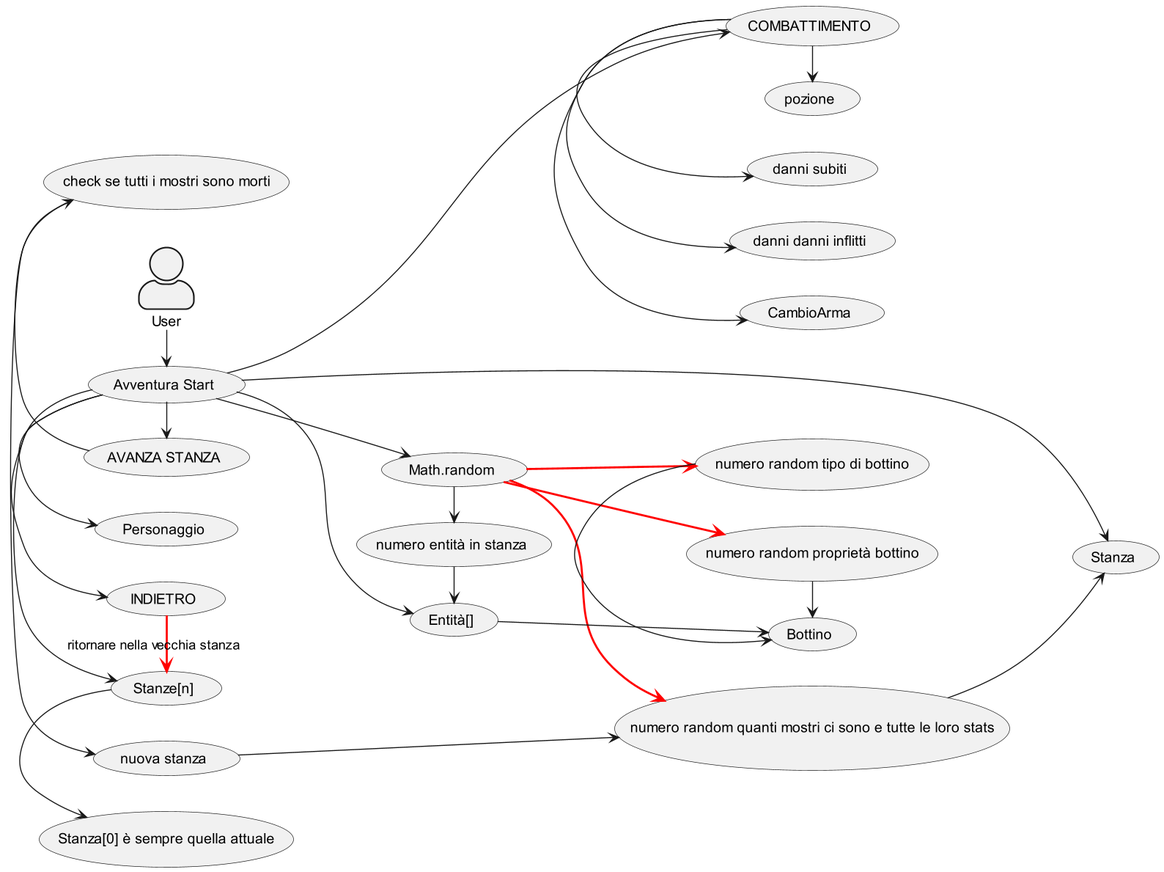
The PlantUML diagram immagini/LogicaAvventura.png in Maximus19777/Gioco, before a commit.
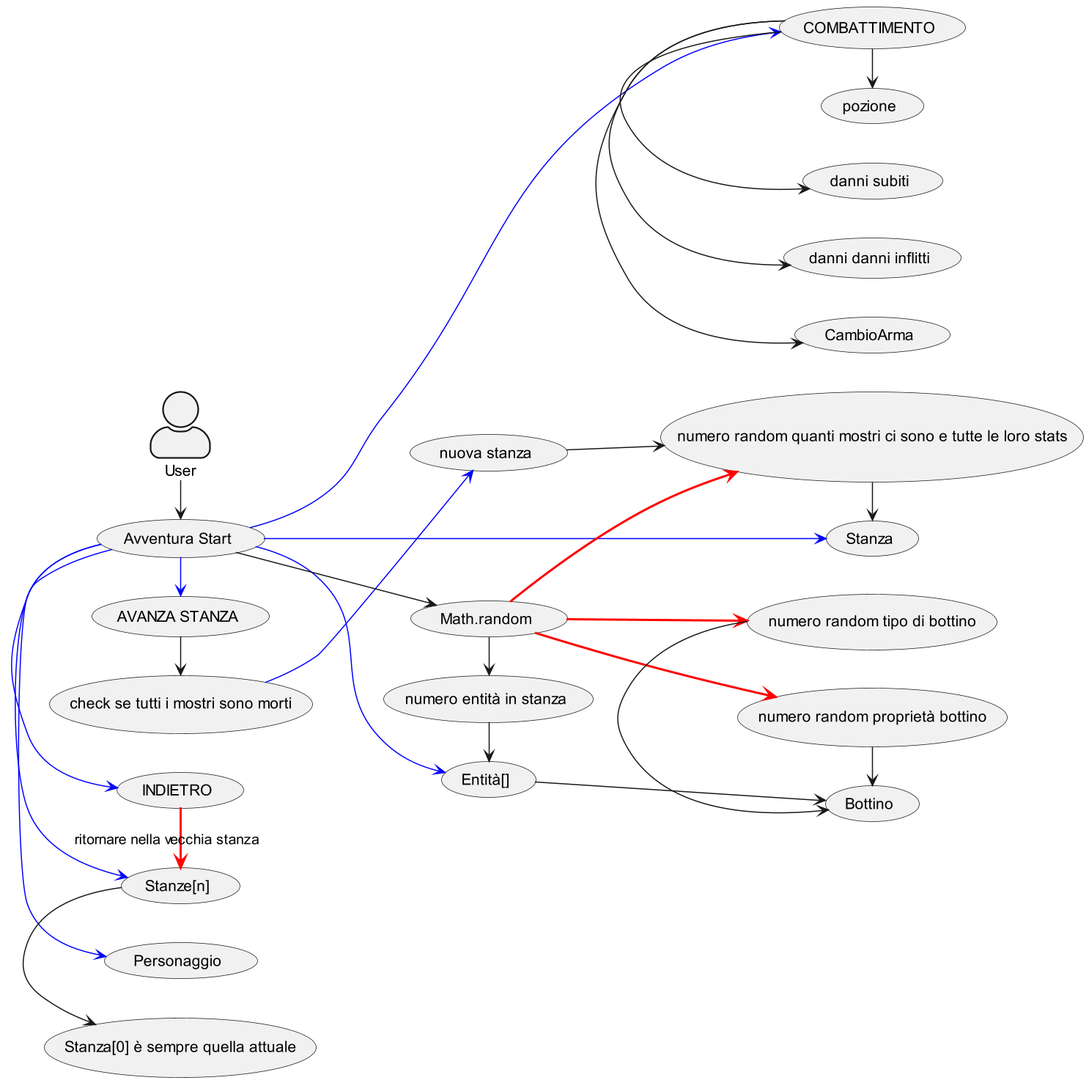
After the change.

Commit message:
Updated image (rami mancanti o non distinguibili)

What changed in the source:
```diff
@@ -7,24 +7,24 @@
 skinparam actorStyle awesome
 actor User as User
 User -> (Avventura Start)
-(Avventura Start) -> (Stanze[n])
-(Avventura Start) -> (Stanza)
-(Avventura Start) -> (Personaggio)
-(Avventura Start) -> (Entità[])
-(Avventura Start) ---> (COMBATTIMENTO)
-(Avventura Start) -> (AVANZA STANZA)
-(Avventura Start) -> (INDIETRO)
+(Avventura Start) -> (Stanze[n])#line:blue
+(Avventura Start) -> (Stanza)#line:blue
+(Avventura Start) -> (Personaggio)#line:blue
+(Avventura Start) -> (Entità[])#line:blue
+(Avventura Start) ---> (COMBATTIMENTO)#line:blue
+(Avventura Start) -> (AVANZA STANZA)#line:blue
+(Avventura Start) -> (INDIETRO)#line:blue
 (INDIETRO) -> (Stanze[n])  #line:red;line.bold;text:black :ritornare nella vecchia stanza
 (Stanze[n]) -> (Stanza[0] è sempre quella attuale)
 (AVANZA STANZA) -> (check se tutti i mostri sono morti)
-(check se tutti i mostri sono morti) -> (nuova stanza)
-(nuova stanza) ---> (numero random quanti mostri ci sono e tutte le loro stats)
+(check se tutti i mostri sono morti) --> (nuova stanza) #line:blue;text:black
+(nuova stanza) --> (numero random quanti mostri ci sono e tutte le loro stats)
 (Avventura Start) --> (Math.random)
 (Math.random) -> (numero entità in stanza)
 (Math.random) --> (numero random tipo di bottino) #line:red;line.bold;text:red
 (Math.random) --> (numero random proprietà bottino) #line:red;line.bold;text:red
 (Math.random) --> (numero random quanti mostri ci sono e tutte le loro stats) #line:red;line.bold;text:red
-(numero random quanti mostri ci sono e tutte le loro stats) --> (Stanza)
+(numero random quanti mostri ci sono e tutte le loro stats) -> (Stanza)
 (numero random tipo di bottino) -> (Bottino)
 (numero random proprietà bottino) -> (Bottino)
 (numero entità in stanza) -> (Entità[])
```
